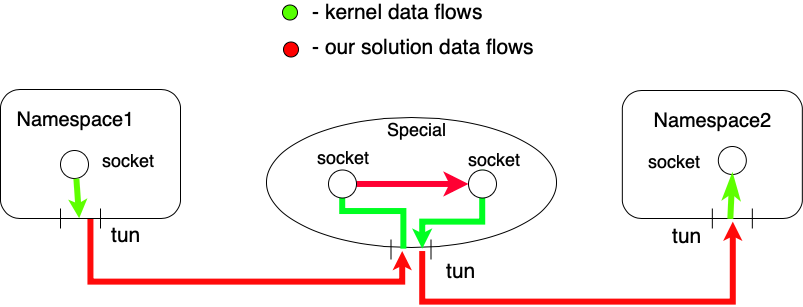
Above: img/SmallDiagram.png in salamantos/tun-example (draw.io), before the change. Source tidied: cells renumbered, new cells last; positions are measured from the earlier drawing's top-left corner, leaving out a move shared by most shapes.
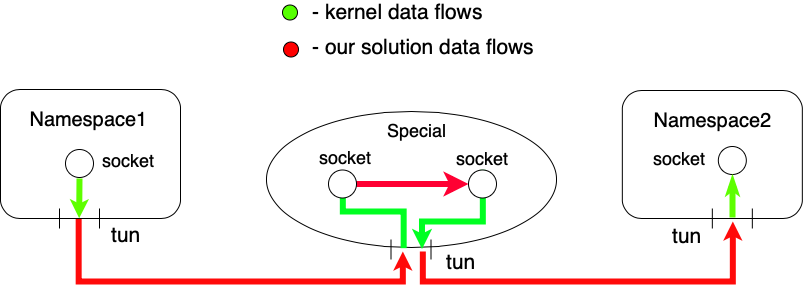
The same file after the commit.

Commit message:
kernel word image fixes

What changed in the source:
```diff
@@ -7,19 +7,19 @@
         <mxPoint x="422" y="250" as="sourcePoint" />
         <mxPoint x="732" y="220" as="targetPoint" />
         <Array as="points">
-          <mxPoint x="422" y="300" />
-          <mxPoint x="732" y="300" />
+          <mxPoint x="422" y="280" />
+          <mxPoint x="732" y="280" />
         </Array>
       </mxGeometry>
     </mxCell>
     <mxCell id="3" style="ellipse;whiteSpace=wrap;html=1;fontSize=21;" parent="1" vertex="1">
-      <mxGeometry x="266" y="116" width="290" height="130" as="geometry" />
+      <mxGeometry x="266" y="110" width="290" height="136" as="geometry" />
     </mxCell>
-    <mxCell id="4" style="edgeStyle=orthogonalEdgeStyle;rounded=0;jettySize=auto;html=1;exitX=0.5;exitY=1;exitDx=0;exitDy=0;startArrow=none;startFill=0;startSize=1;endArrow=classic;endFill=1;endSize=0;strokeColor=#FF0A0A;strokeWidth=6;fontSize=21;" parent="1" edge="1" source="5">
+    <mxCell id="4" style="edgeStyle=orthogonalEdgeStyle;rounded=0;jettySize=auto;html=1;exitX=0.435;exitY=1.001;exitDx=0;exitDy=0;startArrow=none;startFill=0;startSize=1;endArrow=classic;endFill=1;endSize=0;strokeColor=#FF0A0A;strokeWidth=6;fontSize=21;exitPerimeter=0;" parent="1" edge="1" source="5">
       <mxGeometry relative="1" as="geometry">
         <mxPoint x="402" y="250" as="targetPoint" />
         <Array as="points">
-          <mxPoint x="90" y="280" />
+          <mxPoint x="78" y="280" />
           <mxPoint x="402" y="280" />
         </Array>
       </mxGeometry>
@@ -29,8 +29,8 @@
     </mxCell>
     <mxCell id="6" style="shape=link;html=1;width=40;" parent="1" edge="1">
       <mxGeometry relative="1" as="geometry">
-        <mxPoint x="80" y="227" as="sourcePoint" />
-        <mxPoint x="80" y="207" as="targetPoint" />
+        <mxPoint x="79" y="227" as="sourcePoint" />
+        <mxPoint x="79" y="207" as="targetPoint" />
       </mxGeometry>
     </mxCell>
     <mxCell id="7" style="rounded=1;whiteSpace=wrap;html=1;direction=east;" parent="1" vertex="1">
@@ -43,10 +43,10 @@
       </mxGeometry>
     </mxCell>
     <mxCell id="9" value="&lt;font style=&quot;font-size: 20px&quot;&gt;Namespace1&lt;/font&gt;" style="text;html=1;strokeColor=none;fillColor=none;align=center;verticalAlign=middle;whiteSpace=wrap;rounded=0;" parent="1" vertex="1">
-      <mxGeometry x="42.5" y="108" width="65" height="20" as="geometry" />
+      <mxGeometry x="55.5" y="108" width="65" height="20" as="geometry" />
     </mxCell>
     <mxCell id="10" style="ellipse;whiteSpace=wrap;html=1;" parent="1" vertex="1">
-      <mxGeometry x="60" y="149" width="28" height="28" as="geometry" />
+      <mxGeometry x="65" y="148" width="28" height="28" as="geometry" />
     </mxCell>
     <mxCell id="11" value="&lt;font style=&quot;font-size: 18px&quot;&gt;socket&lt;/font&gt;" style="text;html=1;strokeColor=none;fillColor=none;align=center;verticalAlign=middle;whiteSpace=wrap;rounded=0;" parent="1" vertex="1">
       <mxGeometry x="102" y="148" width="50" height="21" as="geometry" />
@@ -57,17 +57,21 @@
     <mxCell id="13" value="tun" style="text;html=1;strokeColor=none;fillColor=none;align=center;verticalAlign=middle;whiteSpace=wrap;rounded=0;fontSize=21;" parent="1" vertex="1">
       <mxGeometry x="666.8" y="224" width="40" height="20" as="geometry" />
     </mxCell>
-    <mxCell id="14" style="endArrow=classic;html=1;exitX=0.567;exitY=1.006;exitDx=0;exitDy=0;exitPerimeter=0;strokeColor=#5EFF00;strokeWidth=6;entryX=0.437;entryY=0.998;entryDx=0;entryDy=0;entryPerimeter=0;endSize=0;" parent="1" edge="1" source="10" target="5">
-      <mxGeometry relative="1" as="geometry" />
+    <mxCell id="14" style="endArrow=classic;html=1;strokeColor=#5EFF00;strokeWidth=6;entryX=0.437;entryY=0.998;entryDx=0;entryDy=0;entryPerimeter=0;endSize=0;" parent="1" edge="1" target="5">
+      <mxGeometry relative="1" as="geometry">
+        <mxPoint x="79" y="177" as="sourcePoint" />
+      </mxGeometry>
     </mxCell>
     <mxCell id="15" style="ellipse;whiteSpace=wrap;html=1;" parent="1" vertex="1">
       <mxGeometry x="717.8" y="145" width="28" height="28" as="geometry" />
     </mxCell>
     <mxCell id="16" value="&lt;font style=&quot;font-size: 18px&quot;&gt;socket&lt;/font&gt;" style="text;html=1;strokeColor=none;fillColor=none;align=center;verticalAlign=middle;whiteSpace=wrap;rounded=0;" parent="1" vertex="1">
-      <mxGeometry x="648.8" y="149.5" width="50" height="21" as="geometry" />
+      <mxGeometry x="653.8" y="145.5" width="50" height="21" as="geometry" />
     </mxCell>
-    <mxCell id="17" style="endArrow=none;html=1;exitX=0.5;exitY=1;exitDx=0;exitDy=0;entryX=0.6;entryY=1.003;entryDx=0;entryDy=0;strokeColor=#5EFF00;strokeWidth=6;entryPerimeter=0;endSize=0;startArrow=classicThin;startFill=1;endFill=0;" parent="1" edge="1" source="15" target="7">
-      <mxGeometry relative="1" as="geometry" />
+    <mxCell id="17" style="endArrow=none;html=1;strokeColor=#5EFF00;strokeWidth=6;endSize=0;startArrow=classicThin;startFill=1;endFill=0;exitX=0.612;exitY=0.672;exitDx=0;exitDy=0;exitPerimeter=0;startSize=0;" parent="1" edge="1" source="7">
+      <mxGeometry relative="1" as="geometry">
+        <mxPoint x="732" y="216" as="targetPoint" />
+      </mxGeometry>
     </mxCell>
     <mxCell id="18" value="&lt;font style=&quot;font-size: 20px&quot;&gt;Namespace2&lt;/font&gt;" style="text;html=1;strokeColor=none;fillColor=none;align=center;verticalAlign=middle;whiteSpace=wrap;rounded=0;" parent="1" vertex="1">
       <mxGeometry x="679.3" y="109" width="65" height="20" as="geometry" />
@@ -92,7 +96,7 @@
       </mxGeometry>
     </mxCell>
     <mxCell id="22" value="tun" style="text;html=1;strokeColor=none;fillColor=none;align=center;verticalAlign=middle;whiteSpace=wrap;rounded=0;fontSize=21;" parent="1" vertex="1">
-      <mxGeometry x="440.5" y="260" width="40" height="20" as="geometry" />
+      <mxGeometry x="440.5" y="250" width="40" height="20" as="geometry" />
     </mxCell>
     <mxCell id="23" style="edgeStyle=orthogonalEdgeStyle;rounded=0;jettySize=auto;html=1;exitX=1;exitY=0.5;exitDx=0;exitDy=0;fontSize=21;strokeColor=#FF0033;strokeWidth=6;" parent="1" edge="1" source="24" target="26">
       <mxGeometry relative="1" as="geometry" />
@@ -112,10 +116,10 @@
       <mxGeometry x="468" y="168.5" width="28" height="28" as="geometry" />
     </mxCell>
     <mxCell id="27" value="&lt;font style=&quot;font-size: 18px&quot;&gt;socket&lt;/font&gt;" style="text;html=1;strokeColor=none;fillColor=none;align=center;verticalAlign=middle;whiteSpace=wrap;rounded=0;" parent="1" vertex="1">
-      <mxGeometry x="317" y="145" width="50" height="21" as="geometry" />
+      <mxGeometry x="319" y="145" width="50" height="21" as="geometry" />
     </mxCell>
     <mxCell id="28" value="&lt;font style=&quot;font-size: 18px&quot;&gt;socket&lt;/font&gt;" style="text;html=1;strokeColor=none;fillColor=none;align=center;verticalAlign=middle;whiteSpace=wrap;rounded=0;" parent="1" vertex="1">
-      <mxGeometry x="468" y="147.5" width="50" height="21" as="geometry" />
+      <mxGeometry x="456" y="145.5" width="50" height="21" as="geometry" />
     </mxCell>
     <mxCell id="29" style="ellipse;whiteSpace=wrap;html=1;fontSize=21;fillColor=#55FF00;" parent="1" vertex="1">
       <mxGeometry x="282" y="3.5" width="15" height="15" as="geometry" />
```
